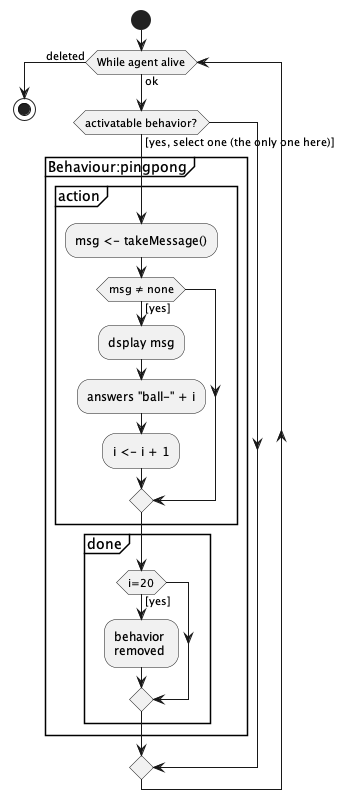
Earlier version of the PlantUML export pingPong/compPingPong.png (EmmanuelADAM/jade).
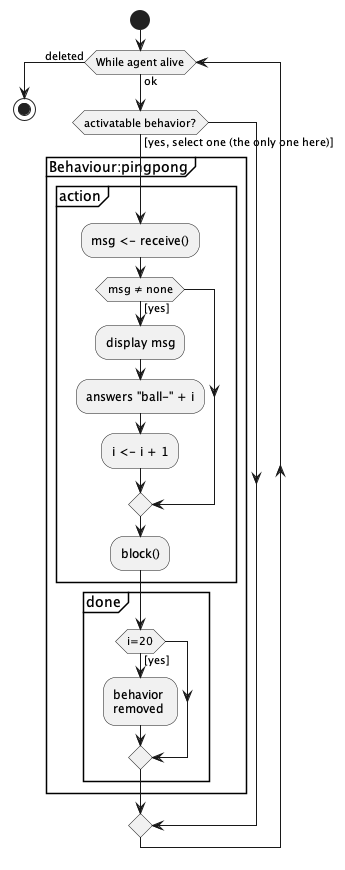
The same diagram one commit later.

Diff of the diagram source:
```diff
@@ -5,12 +5,13 @@
 if (activatable behavior?) then ([yes, select one (the only one here)])
     partition "Behaviour:pingpong" {
       partition "action" {
-          :msg <- takeMessage();
+          :msg <- receive();
           if (msg ≠ none) then ([yes])
-            :dsplay msg;
+            :display msg;
             :answers "ball-" + i;
             :i <- i + 1;
           endif
+          :block();
       }
       partition "done" {
           if (i=20) then ([yes])
```
